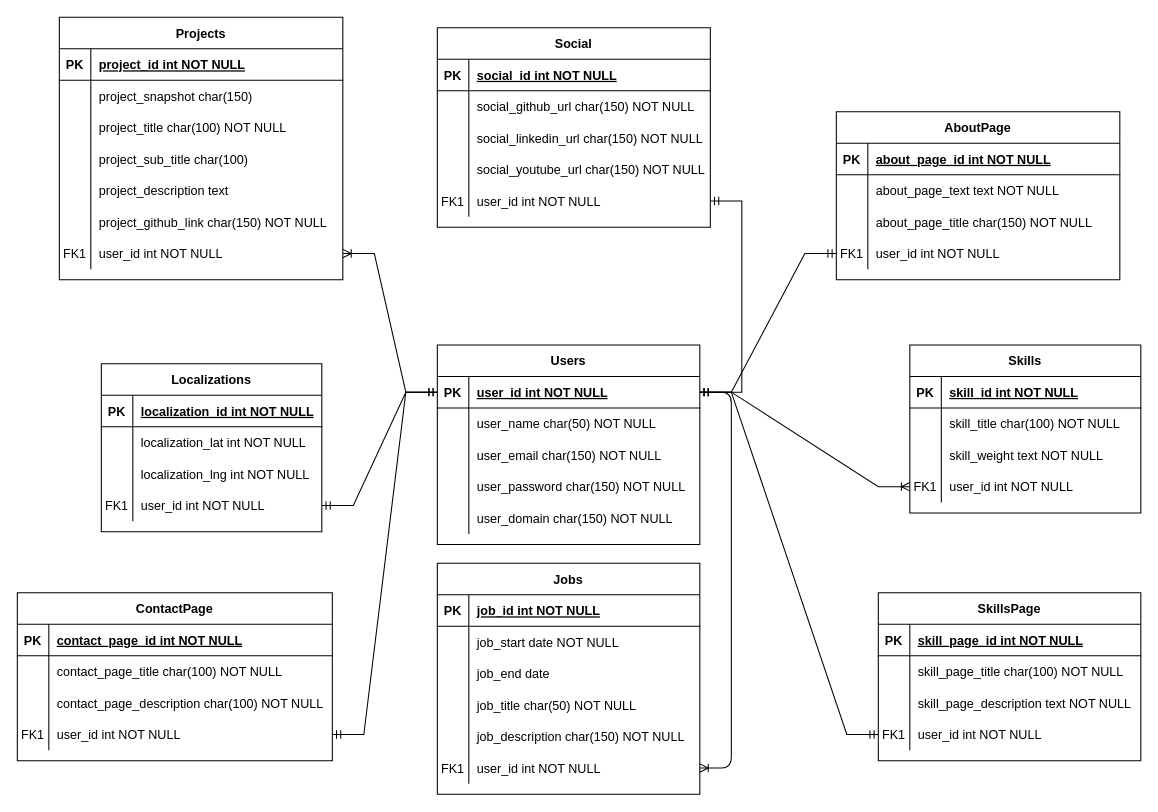
mckatoo/ikatoo-backend-old keeps this draw.io diagram as ikatoo.drawio. Above is the earlier version. Source tidied: cells renumbered, new cells numbered last; positions are measured from the earlier drawing's top-left corner, leaving out a move shared by most shapes. Both pictures are drawn from the tidied source at 105%, with x=0, y=0 at pixel (17, 17).
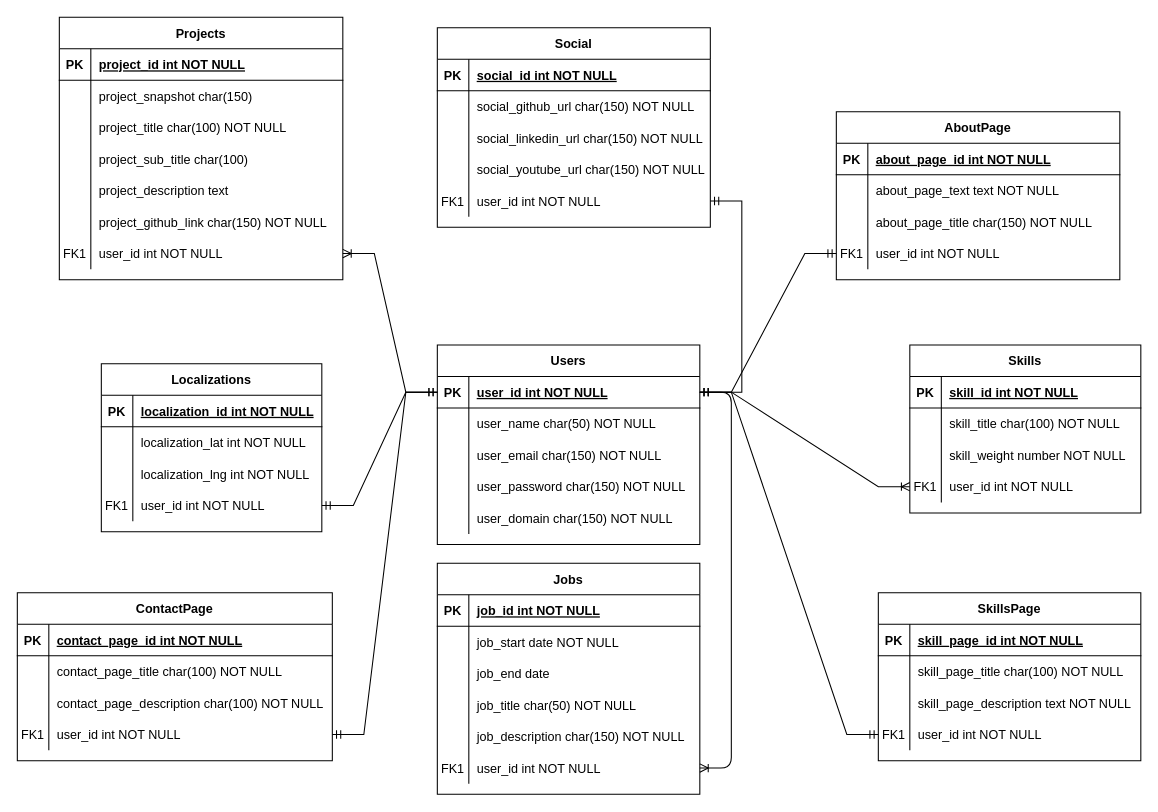
Above is the later version.

Commit message:
change type skill weight from text to number

Unchanged cells that the change refers to:
```xml
<mxCell id="54" style="shape=tableRow;horizontal=0;startSize=0;swimlaneHead=0;swimlaneBody=0;fillColor=none;top=0;left=0;right=0;bottom=0;" parent="47" vertex="1">
  <mxGeometry y="90" width="220" height="30" as="geometry" />
</mxCell>
```

Change to the diagram source:
```diff
@@
-    <mxCell id="56" value="skill_weight text NOT NULL" style="shape=partialRectangle;fillColor=none;top=0;left=0;bottom=0;right=0;align=left;spacingLeft=6;overflow=hidden;" parent="54" vertex="1">
+    <mxCell id="56" value="skill_weight number NOT NULL" style="shape=partialRectangle;fillColor=none;top=0;left=0;bottom=0;right=0;align=left;spacingLeft=6;overflow=hidden;" parent="54" vertex="1">
       <mxGeometry x="30" width="190" height="30" as="geometry" />
     </mxCell>
```
